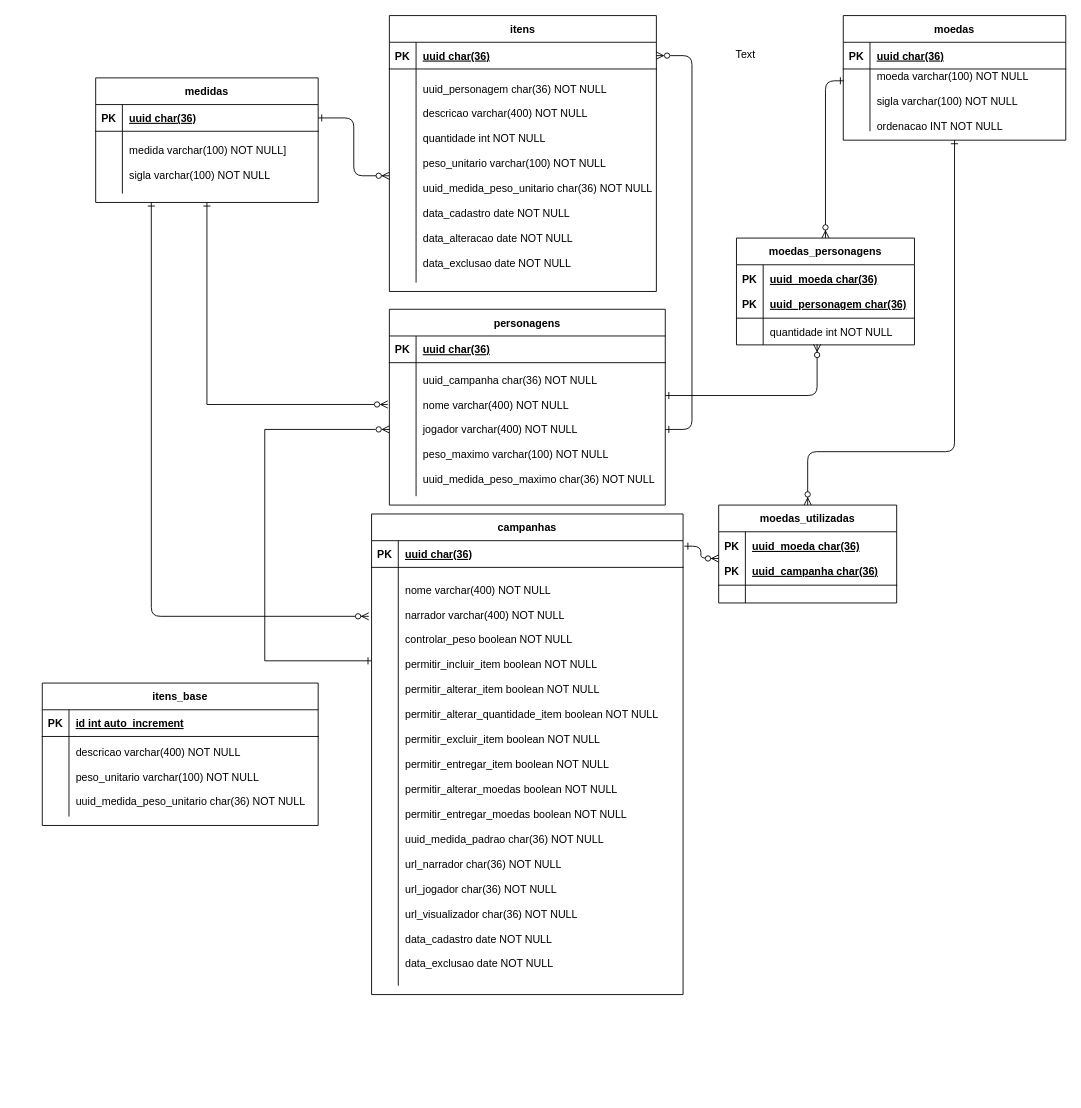
Before: dados/der.drawio in lgapontes/adnd, a draw.io diagram. Source tidied: cells renumbered, new cells numbered last; positions are measured from the earlier drawing's top-left corner, leaving out a move shared by most shapes. Both pictures are drawn from the tidied source at 89%, with x=0, y=0 at pixel (42, 15).
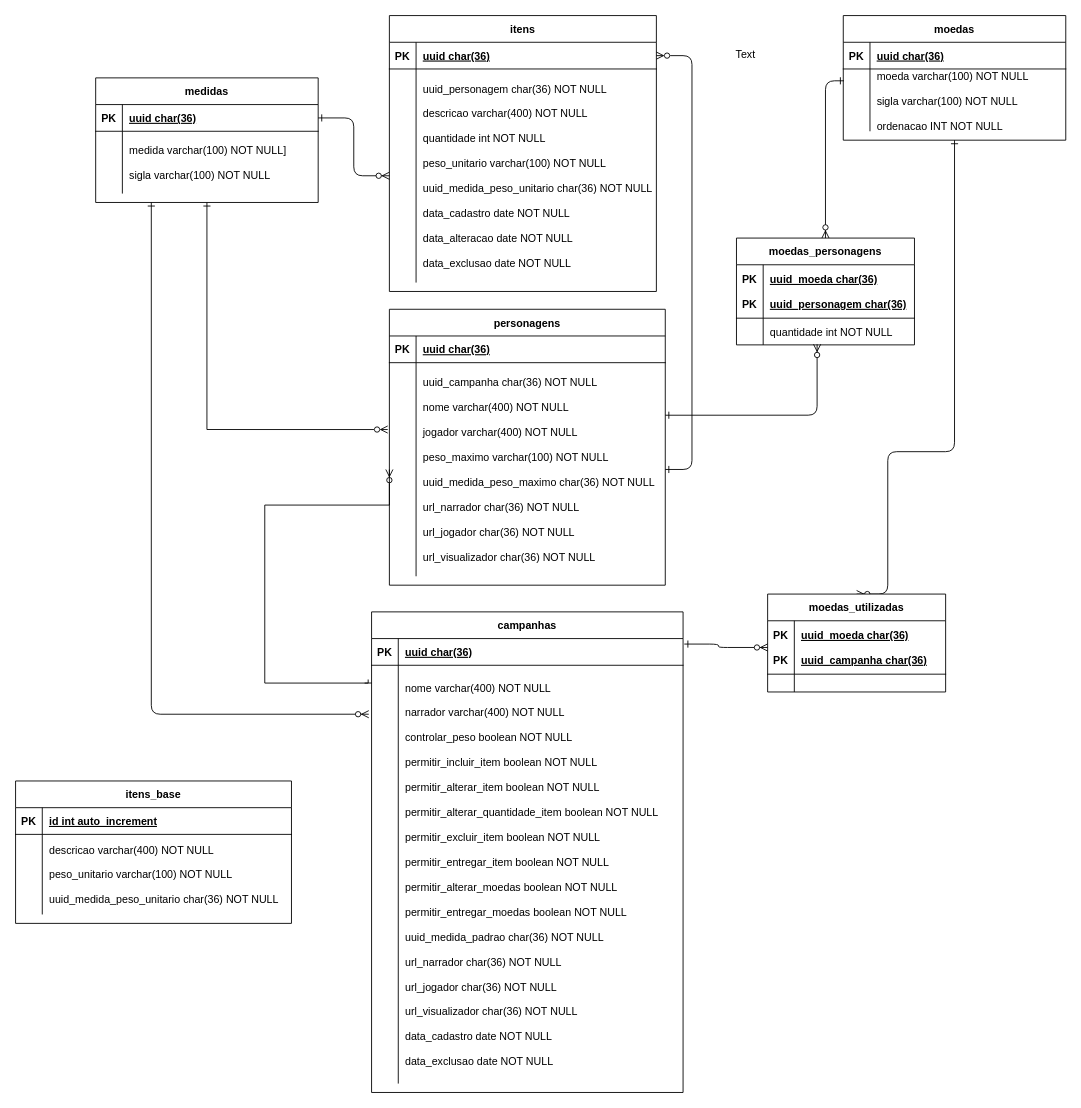
Above is the later version.

Unchanged cells that the change refers to:
```xml
<mxCell id="30" style="shape=partialRectangle;fillColor=none;points=[[0,0.5],[1,0.5]];portConstraint=eastwest;top=0;left=0;right=0;bottom=0;" parent="26" vertex="1">
  <mxGeometry y="60" width="350" height="470" as="geometry" />
</mxCell>
<mxCell id="41" value="moedas" style="shape=table;startSize=30;childLayout=tableLayout;rowLines=0;fontStyle=1;align=center;" parent="1" vertex="1">
  <mxGeometry x="900" width="250" height="140" as="geometry" />
</mxCell>
<mxCell id="51" style="shape=partialRectangle;fillColor=none;points=[[0,0.5],[1,0.5]];portConstraint=eastwest;top=0;left=0;right=0;bottom=1;" parent="50" vertex="1">
  <mxGeometry y="30" width="200" height="60" as="geometry" />
</mxCell>
```

What changed in the source:
```diff
@@
     <mxCell id="11" value="personagens" style="shape=table;startSize=30;childLayout=tableLayout;rowLines=0;fontStyle=1;align=center;" parent="1" vertex="1">
-      <mxGeometry x="390" y="330" width="310" height="220" as="geometry" />
+      <mxGeometry x="390" y="330" width="310" height="310" as="geometry" />
     </mxCell>
@@
     <mxCell id="15" style="shape=partialRectangle;fillColor=none;points=[[0,0.5],[1,0.5]];portConstraint=eastwest;top=0;left=0;right=0;bottom=0;" parent="11" vertex="1">
-      <mxGeometry y="60" width="310" height="150" as="geometry" />
+      <mxGeometry y="60" width="310" height="240" as="geometry" />
     </mxCell>
     <mxCell id="16" style="shape=partialRectangle;overflow=hidden;fillColor=none;top=0;left=0;bottom=0;right=0;" parent="15" vertex="1">
-      <mxGeometry width="30" height="150" as="geometry" />
+      <mxGeometry width="30" height="240" as="geometry" />
     </mxCell>
-    <mxCell id="17" value="uuid_campanha char(36) NOT NULL&#10;&#10;nome varchar(400) NOT NULL&#10;&#10;jogador varchar(400) NOT NULL&#10;&#10;peso_maximo varchar(100) NOT NULL&#10;&#10;uuid_medida_peso_maximo char(36) NOT NULL" style="shape=partialRectangle;overflow=hidden;fillColor=none;top=0;left=0;bottom=0;right=0;align=left;spacingLeft=6;" parent="15" vertex="1">
-      <mxGeometry x="30" width="280" height="150" as="geometry" />
+    <mxCell id="17" value="uuid_campanha char(36) NOT NULL&#10;&#10;nome varchar(400) NOT NULL&#10;&#10;jogador varchar(400) NOT NULL&#10;&#10;peso_maximo varchar(100) NOT NULL&#10;&#10;uuid_medida_peso_maximo char(36) NOT NULL&#10;&#10;url_narrador char(36) NOT NULL&#10;&#10;url_jogador char(36) NOT NULL&#10;&#10;url_visualizador char(36) NOT NULL" style="shape=partialRectangle;overflow=hidden;fillColor=none;top=0;left=0;bottom=0;right=0;align=left;spacingLeft=6;" parent="15" vertex="1">
+      <mxGeometry x="30" width="280" height="240" as="geometry" />
     </mxCell>
@@
     <mxCell id="26" value="campanhas" style="shape=table;startSize=30;childLayout=tableLayout;rowLines=0;fontStyle=1;align=center;" parent="1" vertex="1">
-      <mxGeometry x="370" y="560" width="350" height="540" as="geometry" />
+      <mxGeometry x="370" y="670" width="350" height="540" as="geometry" />
     </mxCell>
@@
-    <mxCell id="33" style="edgeStyle=orthogonalEdgeStyle;rounded=0;jettySize=auto;html=1;entryX=0;entryY=0.5;entryDx=0;entryDy=0;endArrow=ERzeroToMany;endFill=0;startArrow=ERone;startFill=0;" parent="1" edge="1" source="30" target="15">
+    <mxCell id="33" style="edgeStyle=orthogonalEdgeStyle;rounded=0;jettySize=auto;html=1;entryX=0;entryY=0.5;entryDx=0;entryDy=0;endArrow=ERzeroToMany;endFill=0;startArrow=ERone;startFill=0;exitX=-0.011;exitY=0.034;exitDx=0;exitDy=0;exitPerimeter=0;" parent="1" edge="1" source="30" target="15">
       <mxGeometry relative="1" as="geometry">
         <Array as="points">
-          <mxPoint x="250" y="725" />
-          <mxPoint x="250" y="465" />
+          <mxPoint x="366" y="750" />
+          <mxPoint x="250" y="750" />
+          <mxPoint x="250" y="550" />
+          <mxPoint x="390" y="550" />
         </Array>
       </mxGeometry>
     </mxCell>
     <mxCell id="34" value="itens_base" style="shape=table;startSize=30;childLayout=tableLayout;rowLines=0;fontStyle=1;align=center;" parent="1" vertex="1">
-      <mxGeometry y="750" width="310" height="160" as="geometry" />
+      <mxGeometry x="-30" y="860" width="310" height="160" as="geometry" />
     </mxCell>
@@
     <mxCell id="49" style="edgeStyle=orthogonalEdgeStyle;endArrow=ERzeroToMany;startArrow=ERone;endFill=1;startFill=0;exitX=0.5;exitY=1;exitDx=0;exitDy=0;entryX=0.5;entryY=0;entryDx=0;entryDy=0;" parent="1" edge="1" source="41" target="50">
       <mxGeometry relative="1" as="geometry">
         <Array as="points">
           <mxPoint x="1025" y="490" />
-          <mxPoint x="860" y="490" />
+          <mxPoint x="950" y="490" />
+          <mxPoint x="950" y="650" />
         </Array>
       </mxGeometry>
     </mxCell>
     <mxCell id="50" value="moedas_utilizadas" style="shape=table;startSize=30;childLayout=tableLayout;rowLines=0;fontStyle=1;align=center;" parent="1" vertex="1">
-      <mxGeometry x="760" y="550" width="200" height="110" as="geometry" />
+      <mxGeometry x="815" y="650" width="200" height="110" as="geometry" />
     </mxCell>
@@
     <mxCell id="57" style="edgeStyle=orthogonalEdgeStyle;endArrow=ERzeroToMany;startArrow=ERone;endFill=1;startFill=0;exitX=1.004;exitY=0.067;exitDx=0;exitDy=0;entryX=0;entryY=0.5;entryDx=0;entryDy=0;exitPerimeter=0;" parent="1" edge="1" source="26" target="51">
-      <mxGeometry relative="1" as="geometry" />
+      <mxGeometry relative="1" as="geometry">
+        <Array as="points">
+          <mxPoint x="760" y="706" />
+          <mxPoint x="760" y="710" />
+        </Array>
+      </mxGeometry>
     </mxCell>
```
